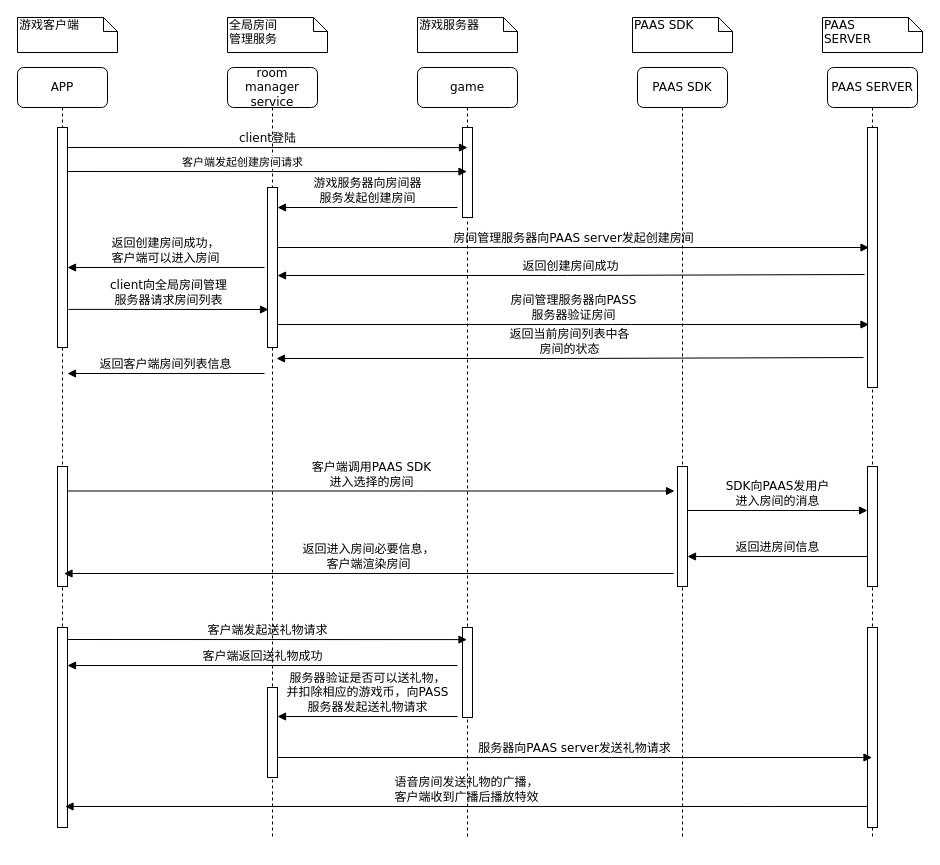
Above: images/Untitled Diagram.drawio in apppur/apppur.github.io (draw.io), before the change. Source tidied: cells renumbered, new cells numbered last; positions are measured from the earlier drawing's top-left corner, leaving out a move shared by most shapes. Both pictures are drawn from the tidied source at 100%, with x=0, y=0 at pixel (17, 17).
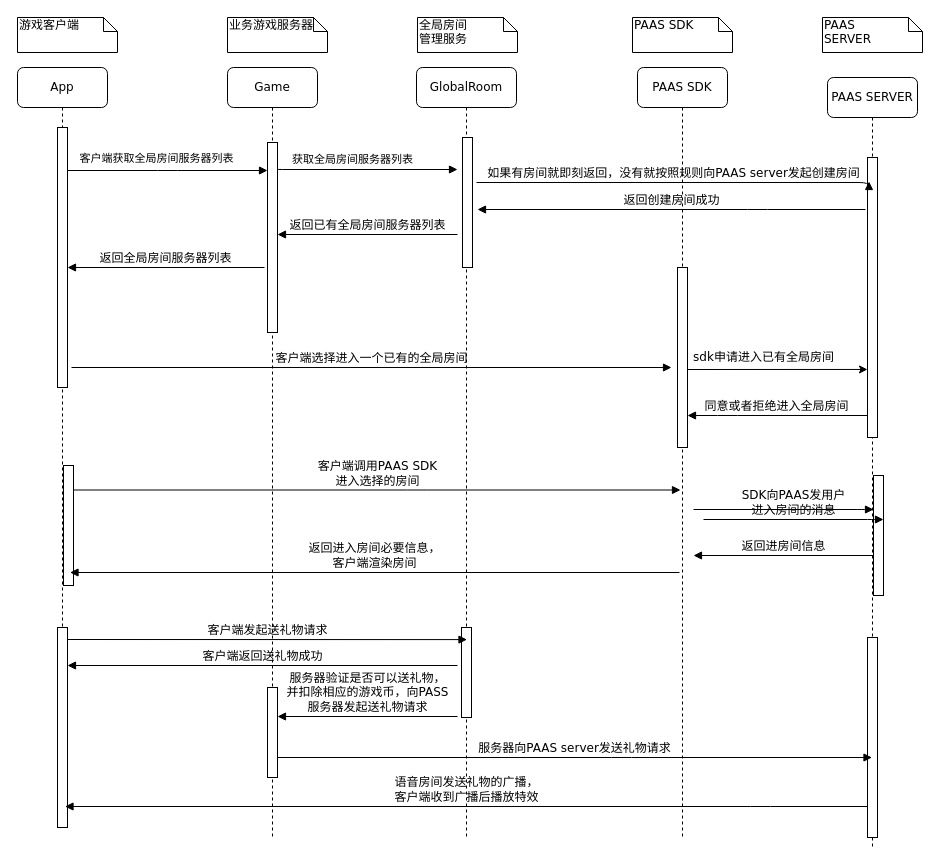
After the change.

The change refers to these unchanged cells:
```xml
<mxCell id="5" value="PAAS SDK" style="shape=umlLifeline;perimeter=lifelinePerimeter;whiteSpace=wrap;html=1;rounded=1;shadow=0;comic=0;labelBackgroundColor=none;strokeWidth=1;fontFamily=Verdana;fontSize=12;align=center;" parent="1" vertex="1">
  <mxGeometry x="620" y="50" width="90" height="770" as="geometry" />
</mxCell>
```

Change to the diagram source:
```diff
@@
-    <mxCell id="2" value="room manager&lt;br&gt;service" style="shape=umlLifeline;perimeter=lifelinePerimeter;whiteSpace=wrap;html=1;rounded=1;shadow=0;comic=0;labelBackgroundColor=none;strokeWidth=1;fontFamily=Verdana;fontSize=12;align=center;" parent="1" vertex="1">
+    <mxCell id="2" value="Game" style="shape=umlLifeline;perimeter=lifelinePerimeter;whiteSpace=wrap;html=1;rounded=1;shadow=0;comic=0;labelBackgroundColor=none;strokeWidth=1;fontFamily=Verdana;fontSize=12;align=center;" parent="1" vertex="1">
       <mxGeometry x="210" y="50" width="90" height="770" as="geometry" />
     </mxCell>
-    <mxCell id="3" style="html=1;perimeter=orthogonalPerimeter;rounded=0;shadow=0;comic=0;labelBackgroundColor=none;strokeWidth=1;fontFamily=Verdana;fontSize=12;align=center;" parent="2" vertex="1">
-      <mxGeometry x="40" y="120" width="10" height="160" as="geometry" />
-    </mxCell>
@@
     <mxCell id="6" style="html=1;perimeter=orthogonalPerimeter;rounded=0;shadow=0;comic=0;labelBackgroundColor=none;strokeWidth=1;fontFamily=Verdana;fontSize=12;align=center;" parent="5" vertex="1">
-      <mxGeometry x="40" y="399" width="10" height="120" as="geometry" />
+      <mxGeometry x="40" y="200" width="10" height="180" as="geometry" />
     </mxCell>
+    <mxCell id="43" style="endArrow=classic;html=1;entryX=0;entryY=0.757;entryDx=0;entryDy=0;entryPerimeter=0;" parent="5" edge="1" target="9">
+      <mxGeometry relative="1" as="geometry">
+        <mxPoint x="50" y="302" as="sourcePoint" />
+      </mxGeometry>
+    </mxCell>
     <mxCell id="7" value="PAAS SERVER" style="shape=umlLifeline;perimeter=lifelinePerimeter;whiteSpace=wrap;html=1;outlineConnect=0;rounded=1;shadow=0;comic=0;labelBackgroundColor=none;strokeWidth=1;fontFamily=Verdana;fontSize=12;align=center;" parent="1" vertex="1">
-      <mxGeometry x="810" y="50" width="90" height="770" as="geometry" />
+      <mxGeometry x="810" y="60" width="90" height="770" as="geometry" />
     </mxCell>
     <mxCell id="8" style="html=1;perimeter=orthogonalPerimeter;rounded=0;shadow=0;comic=0;labelBackgroundColor=none;strokeWidth=1;fontFamily=Verdana;fontSize=12;align=center;" parent="7" vertex="1">
-      <mxGeometry x="40" y="399" width="10" height="120" as="geometry" />
+      <mxGeometry x="46" y="398" width="10" height="120" as="geometry" />
     </mxCell>
     <mxCell id="9" style="html=1;points=[];perimeter=orthogonalPerimeter;rounded=0;shadow=0;comic=0;labelBackgroundColor=none;strokeWidth=1;fontFamily=Verdana;fontSize=12;align=center;" parent="7" vertex="1">
-      <mxGeometry x="40" y="60" width="10" height="260" as="geometry" />
+      <mxGeometry x="40" y="80" width="10" height="280" as="geometry" />
     </mxCell>
@@
-    <mxCell id="11" value="APP" style="shape=umlLifeline;perimeter=lifelinePerimeter;whiteSpace=wrap;html=1;rounded=1;shadow=0;comic=0;labelBackgroundColor=none;strokeWidth=1;fontFamily=Verdana;fontSize=12;align=center;" parent="1" vertex="1">
+    <mxCell id="11" value="App" style="shape=umlLifeline;perimeter=lifelinePerimeter;whiteSpace=wrap;html=1;rounded=1;shadow=0;comic=0;labelBackgroundColor=none;strokeWidth=1;fontFamily=Verdana;fontSize=12;align=center;" parent="1" vertex="1">
       <mxGeometry y="50" width="90" height="760" as="geometry" />
     </mxCell>
     <mxCell id="12" style="html=1;perimeter=orthogonalPerimeter;rounded=0;shadow=0;comic=0;labelBackgroundColor=none;strokeWidth=1;fontFamily=Verdana;fontSize=12;align=center;" parent="11" vertex="1">
-      <mxGeometry x="40" y="60" width="10" height="220" as="geometry" />
+      <mxGeometry x="40" y="60" width="10" height="260" as="geometry" />
     </mxCell>
     <mxCell id="13" style="html=1;perimeter=orthogonalPerimeter;rounded=0;shadow=0;comic=0;labelBackgroundColor=none;strokeWidth=1;fontFamily=Verdana;fontSize=12;align=center;" parent="11" vertex="1">
-      <mxGeometry x="40" y="399" width="10" height="120" as="geometry" />
+      <mxGeometry x="46" y="398" width="10" height="120" as="geometry" />
     </mxCell>
-    <mxCell id="14" value="client向全局房间管理&lt;br&gt;服务器请求房间列表" style="html=1;verticalAlign=bottom;endArrow=block;labelBackgroundColor=none;fontFamily=Verdana;fontSize=12;edgeStyle=elbowEdgeStyle;elbow=vertical;exitX=0.5;exitY=0.068;exitDx=0;exitDy=0;exitPerimeter=0;" parent="1" edge="1">
+    <mxCell id="14" value="客户端选择进入一个已有的全局房间" style="html=1;verticalAlign=bottom;endArrow=block;labelBackgroundColor=none;fontFamily=Verdana;fontSize=12;edgeStyle=elbowEdgeStyle;elbow=vertical;exitX=0.5;exitY=0.068;exitDx=0;exitDy=0;exitPerimeter=0;" parent="1" edge="1">
       <mxGeometry relative="1" as="geometry">
-        <mxPoint x="51" y="291.9" as="sourcePoint" />
-        <mxPoint x="251" y="292" as="targetPoint" />
+        <mxPoint x="54" y="350" as="sourcePoint" />
+        <mxPoint x="654" y="350" as="targetPoint" />
         <Array as="points">
-          <mxPoint x="176" y="292" />
-          <mxPoint x="186" y="322" />
+          <mxPoint x="654" y="350" />
+          <mxPoint x="179" y="350.1" />
+          <mxPoint x="189" y="380.1" />
         </Array>
       </mxGeometry>
     </mxCell>
@@
-    <mxCell id="16" value="全局房间&lt;br&gt;管理服务" style="shape=note;whiteSpace=wrap;html=1;size=14;verticalAlign=top;align=left;spacingTop=-6;rounded=0;shadow=0;comic=0;labelBackgroundColor=none;strokeWidth=1;fontFamily=Verdana;fontSize=12;" parent="1" vertex="1">
+    <mxCell id="16" value="业务游戏服务器" style="shape=note;whiteSpace=wrap;html=1;size=14;verticalAlign=top;align=left;spacingTop=-6;rounded=0;shadow=0;comic=0;labelBackgroundColor=none;strokeWidth=1;fontFamily=Verdana;fontSize=12;" parent="1" vertex="1">
       <mxGeometry x="210" width="100" height="35" as="geometry" />
     </mxCell>
@@
-    <mxCell id="19" value="房间管理服务器向PASS&lt;br&gt;服务器验证房间" style="html=1;verticalAlign=bottom;endArrow=block;labelBackgroundColor=none;fontFamily=Verdana;fontSize=12;edgeStyle=elbowEdgeStyle;elbow=vertical;exitX=0.5;exitY=0.2;exitDx=0;exitDy=0;exitPerimeter=0;" parent="1" edge="1">
-      <mxGeometry relative="1" as="geometry">
-        <mxPoint x="260" y="307" as="sourcePoint" />
-        <mxPoint x="851.5" y="307" as="targetPoint" />
-        <Array as="points">
-          <mxPoint x="604" y="307" />
-        </Array>
-      </mxGeometry>
-    </mxCell>
-    <mxCell id="20" value="返回当前房间列表中各&lt;br&gt;房间的状态" style="html=1;verticalAlign=bottom;endArrow=block;labelBackgroundColor=none;fontFamily=Verdana;fontSize=12;exitX=-0.3;exitY=0.825;exitDx=0;exitDy=0;exitPerimeter=0;" parent="1" edge="1">
-      <mxGeometry relative="1" as="geometry">
-        <mxPoint x="846" y="340" as="sourcePoint" />
-        <mxPoint x="259" y="341" as="targetPoint" />
-        <Array as="points">
-          <mxPoint x="539" y="341" />
-        </Array>
-      </mxGeometry>
-    </mxCell>
-    <mxCell id="21" value="返回客户端房间列表信息" style="html=1;verticalAlign=bottom;endArrow=block;labelBackgroundColor=none;fontFamily=Verdana;fontSize=12;" parent="1" edge="1">
-      <mxGeometry relative="1" as="geometry">
-        <mxPoint x="247" y="356" as="sourcePoint" />
-        <mxPoint x="50" y="356" as="targetPoint" />
-      </mxGeometry>
-    </mxCell>
     <mxCell id="22" value="客户端调用PAAS&amp;nbsp;SDK&lt;br&gt;进入选择的房间" style="html=1;verticalAlign=bottom;endArrow=block;labelBackgroundColor=none;fontFamily=Verdana;fontSize=12;edgeStyle=elbowEdgeStyle;elbow=vertical;exitX=0.5;exitY=0.2;exitDx=0;exitDy=0;exitPerimeter=0;" parent="1" edge="1">
       <mxGeometry relative="1" as="geometry">
-        <mxPoint x="50" y="473.5" as="sourcePoint" />
-        <mxPoint x="657" y="473.5" as="targetPoint" />
+        <mxPoint x="56" y="472.5" as="sourcePoint" />
+        <mxPoint x="663" y="472.5" as="targetPoint" />
         <Array as="points">
-          <mxPoint x="394" y="473.5" />
+          <mxPoint x="400" y="472.5" />
         </Array>
       </mxGeometry>
     </mxCell>
-    <mxCell id="23" value="SDK向PAAS发用户&lt;br&gt;进入房间的消息" style="html=1;verticalAlign=bottom;endArrow=block;labelBackgroundColor=none;fontFamily=Verdana;fontSize=12;edgeStyle=elbowEdgeStyle;elbow=vertical;entryX=0;entryY=0.25;entryDx=0;entryDy=0;entryPerimeter=0;" parent="1" edge="1">
-      <mxGeometry relative="1" as="geometry">
-        <mxPoint x="670" y="493" as="sourcePoint" />
-        <mxPoint x="850" y="493" as="targetPoint" />
+    <mxCell id="23" value="sdk申请进入已有全局房间" style="html=1;verticalAlign=bottom;endArrow=block;labelBackgroundColor=none;fontFamily=Verdana;fontSize=12;edgeStyle=elbowEdgeStyle;elbow=vertical;entryX=0;entryY=0.25;entryDx=0;entryDy=0;entryPerimeter=0;" parent="1" edge="1">
+      <mxGeometry x="-0.22" y="143" relative="1" as="geometry">
+        <mxPoint x="676" y="492" as="sourcePoint" />
+        <mxPoint x="856" y="492" as="targetPoint" />
         <Array as="points">
-          <mxPoint x="844" y="493" />
+          <mxPoint x="850" y="492" />
         </Array>
       </mxGeometry>
     </mxCell>
     <mxCell id="24" value="返回进入房间必要信息，&lt;br&gt;客户端渲染房间" style="html=1;verticalAlign=bottom;endArrow=block;labelBackgroundColor=none;fontFamily=Verdana;fontSize=12;" parent="1" edge="1">
       <mxGeometry relative="1" as="geometry">
-        <mxPoint x="656" y="556" as="sourcePoint" />
-        <mxPoint x="46.5" y="556" as="targetPoint" />
+        <mxPoint x="662" y="555" as="sourcePoint" />
+        <mxPoint x="52.5" y="555" as="targetPoint" />
       </mxGeometry>
     </mxCell>
-    <mxCell id="25" value="game" style="shape=umlLifeline;perimeter=lifelinePerimeter;whiteSpace=wrap;html=1;outlineConnect=0;rounded=1;shadow=0;comic=0;labelBackgroundColor=none;strokeWidth=1;fontFamily=Verdana;fontSize=12;align=center;" parent="1" vertex="1">
-      <mxGeometry x="400" y="50" width="100" height="770" as="geometry" />
+    <mxCell id="25" value="GlobalRoom" style="shape=umlLifeline;perimeter=lifelinePerimeter;whiteSpace=wrap;html=1;outlineConnect=0;rounded=1;shadow=0;comic=0;labelBackgroundColor=none;strokeWidth=1;fontFamily=Verdana;fontSize=12;align=center;" parent="1" vertex="1">
+      <mxGeometry x="399" y="50" width="100" height="770" as="geometry" />
     </mxCell>
@@
     <mxCell id="27" style="html=1;perimeter=orthogonalPerimeter;rounded=0;shadow=0;comic=0;labelBackgroundColor=none;strokeWidth=1;fontFamily=Verdana;fontSize=12;align=center;" parent="25" vertex="1">
-      <mxGeometry x="45" y="60" width="10" height="90" as="geometry" />
+      <mxGeometry x="46" y="70" width="10" height="130" as="geometry" />
     </mxCell>
-    <mxCell id="28" value="游戏服务器" style="shape=note;whiteSpace=wrap;html=1;size=14;verticalAlign=top;align=left;spacingTop=-6;rounded=0;shadow=0;comic=0;labelBackgroundColor=none;strokeWidth=1;fontFamily=Verdana;fontSize=12;" parent="1" vertex="1">
+    <mxCell id="28" value="全局房间&lt;br&gt;管理服务" style="shape=note;whiteSpace=wrap;html=1;size=14;verticalAlign=top;align=left;spacingTop=-6;rounded=0;shadow=0;comic=0;labelBackgroundColor=none;strokeWidth=1;fontFamily=Verdana;fontSize=12;" parent="1" vertex="1">
       <mxGeometry x="400" width="100" height="35" as="geometry" />
     </mxCell>
@@
     <mxCell id="34" value="返回进房间信息" style="html=1;verticalAlign=bottom;endArrow=block;labelBackgroundColor=none;fontFamily=Verdana;fontSize=12;" parent="1" edge="1">
       <mxGeometry relative="1" as="geometry">
-        <mxPoint x="850" y="539" as="sourcePoint" />
-        <mxPoint x="670" y="539" as="targetPoint" />
+        <mxPoint x="856" y="538" as="sourcePoint" />
+        <mxPoint x="676" y="538" as="targetPoint" />
       </mxGeometry>
     </mxCell>
-    <mxCell id="35" value="client登陆" style="html=1;verticalAlign=bottom;endArrow=block;labelBackgroundColor=none;fontFamily=Verdana;fontSize=12;edgeStyle=elbowEdgeStyle;elbow=vertical;exitX=0.5;exitY=0.068;exitDx=0;exitDy=0;exitPerimeter=0;" parent="1" edge="1">
-      <mxGeometry relative="1" as="geometry">
-        <mxPoint x="50" y="130" as="sourcePoint" />
-        <mxPoint x="450" y="130" as="targetPoint" />
-        <Array as="points">
-          <mxPoint x="175" y="130.1" />
-          <mxPoint x="185" y="160.1" />
-        </Array>
-      </mxGeometry>
-    </mxCell>
-    <mxCell id="36" style="html=1;verticalAlign=bottom;endArrow=block;labelBackgroundColor=none;fontFamily=Verdana;fontSize=12;edgeStyle=elbowEdgeStyle;elbow=vertical;exitX=0.5;exitY=0.068;exitDx=0;exitDy=0;exitPerimeter=0;" parent="1" edge="1" target="25">
+    <mxCell id="36" style="html=1;verticalAlign=bottom;endArrow=block;labelBackgroundColor=none;fontFamily=Verdana;fontSize=12;edgeStyle=elbowEdgeStyle;elbow=vertical;exitX=0.5;exitY=0.068;exitDx=0;exitDy=0;exitPerimeter=0;" parent="1" edge="1">
       <mxGeometry relative="1" as="geometry">
-        <mxPoint x="50" y="154" as="sourcePoint" />
+        <mxPoint x="255" y="149.9" as="sourcePoint" />
+        <mxPoint x="440" y="152" as="targetPoint" />
         <Array as="points">
-          <mxPoint x="175" y="154.1" />
-          <mxPoint x="185" y="184.1" />
+          <mxPoint x="430" y="152" />
+          <mxPoint x="430" y="152" />
+          <mxPoint x="430" y="152" />
+          <mxPoint x="430" y="152" />
+          <mxPoint x="250" y="192" />
+          <mxPoint x="175" y="166.1" />
+          <mxPoint x="185" y="196.1" />
         </Array>
       </mxGeometry>
     </mxCell>
-    <mxCell id="37" value="客户端发起创建房间请求" style="edgeLabel;html=1;align=center;verticalAlign=middle;" parent="36" vertex="1">
+    <mxCell id="37" value="获取全局房间服务器列表" style="edgeLabel;html=1;align=center;verticalAlign=middle;" parent="36" vertex="1">
       <mxGeometry x="-0.13" y="1" relative="1" as="geometry">
         <mxPoint x="1" y="-9.1" as="offset" />
       </mxGeometry>
     </mxCell>
-    <mxCell id="38" value="房间管理服务器向PAAS server发起创建房间" style="html=1;verticalAlign=bottom;endArrow=block;labelBackgroundColor=none;fontFamily=Verdana;fontSize=12;edgeStyle=elbowEdgeStyle;elbow=vertical;exitX=0.5;exitY=0.2;exitDx=0;exitDy=0;exitPerimeter=0;" parent="1" edge="1">
+    <mxCell id="38" value="如果有房间就即刻返回，没有就按照规则向PAAS server发起创建房间" style="html=1;verticalAlign=bottom;endArrow=block;labelBackgroundColor=none;fontFamily=Verdana;fontSize=12;edgeStyle=elbowEdgeStyle;elbow=vertical;exitX=1.1;exitY=0.846;exitDx=0;exitDy=0;exitPerimeter=0;" parent="1" edge="1">
       <mxGeometry relative="1" as="geometry">
-        <mxPoint x="260" y="230" as="sourcePoint" />
-        <mxPoint x="851.5" y="230" as="targetPoint" />
-        <Array as="points">
-          <mxPoint x="604" y="230" />
-        </Array>
+        <mxPoint x="459" y="165" as="sourcePoint" />
+        <mxPoint x="851.5" y="164" as="targetPoint" />
       </mxGeometry>
     </mxCell>
-    <mxCell id="39" value="返回创建房间成功" style="html=1;verticalAlign=bottom;endArrow=block;labelBackgroundColor=none;fontFamily=Verdana;fontSize=12;exitX=-0.3;exitY=0.825;exitDx=0;exitDy=0;exitPerimeter=0;" parent="1" edge="1">
+    <mxCell id="39" value="返回创建房间成功" style="html=1;verticalAlign=bottom;endArrow=block;labelBackgroundColor=none;fontFamily=Verdana;fontSize=12;" parent="1" edge="1">
       <mxGeometry relative="1" as="geometry">
-        <mxPoint x="847" y="257" as="sourcePoint" />
-        <mxPoint x="260" y="258" as="targetPoint" />
+        <mxPoint x="848" y="192" as="sourcePoint" />
+        <mxPoint x="460" y="192" as="targetPoint" />
         <Array as="points">
-          <mxPoint x="540" y="258" />
+          <mxPoint x="740" y="192" />
         </Array>
       </mxGeometry>
     </mxCell>
-    <mxCell id="40" value="返回创建房间成功，&lt;br&gt;客户端可以进入房间" style="html=1;verticalAlign=bottom;endArrow=block;labelBackgroundColor=none;fontFamily=Verdana;fontSize=12;exitX=0.2;exitY=0.585;exitDx=0;exitDy=0;exitPerimeter=0;" parent="1" edge="1">
+    <mxCell id="40" value="返回全局房间服务器列表" style="html=1;verticalAlign=bottom;endArrow=block;labelBackgroundColor=none;fontFamily=Verdana;fontSize=12;exitX=0.2;exitY=0.585;exitDx=0;exitDy=0;exitPerimeter=0;" parent="1" edge="1">
       <mxGeometry relative="1" as="geometry">
         <mxPoint x="247" y="250" as="sourcePoint" />
         <mxPoint x="50" y="250" as="targetPoint" />
       </mxGeometry>
     </mxCell>
@@
-    <mxCell id="42" value="游戏服务器向房间器&lt;br&gt;服务发起创建房间" style="html=1;verticalAlign=bottom;endArrow=block;labelBackgroundColor=none;fontFamily=Verdana;fontSize=12;" parent="1" edge="1">
+    <mxCell id="42" value="返回已有全局房间服务器列表" style="html=1;verticalAlign=bottom;endArrow=block;labelBackgroundColor=none;fontFamily=Verdana;fontSize=12;" parent="1" edge="1">
       <mxGeometry relative="1" as="geometry">
-        <mxPoint x="440" y="190" as="sourcePoint" />
-        <mxPoint x="260" y="190" as="targetPoint" />
+        <mxPoint x="440" y="217" as="sourcePoint" />
+        <mxPoint x="260" y="217" as="targetPoint" />
       </mxGeometry>
     </mxCell>
+    <mxCell id="3" style="html=1;perimeter=orthogonalPerimeter;rounded=0;shadow=0;comic=0;labelBackgroundColor=none;strokeWidth=1;fontFamily=Verdana;fontSize=12;align=center;" parent="1" vertex="1">
+      <mxGeometry x="250" y="125" width="10" height="190" as="geometry" />
+    </mxCell>
+    <mxCell id="44" style="html=1;verticalAlign=bottom;endArrow=block;labelBackgroundColor=none;fontFamily=Verdana;fontSize=12;edgeStyle=elbowEdgeStyle;elbow=vertical;exitX=0.5;exitY=0.068;exitDx=0;exitDy=0;exitPerimeter=0;" parent="1" edge="1">
+      <mxGeometry relative="1" as="geometry">
+        <mxPoint x="50" y="153" as="sourcePoint" />
+        <mxPoint x="250" y="153" as="targetPoint" />
+      </mxGeometry>
+    </mxCell>
+    <mxCell id="45" value="客户端获取全局房间服务器列表" style="edgeLabel;html=1;align=center;verticalAlign=middle;" parent="44" vertex="1">
+      <mxGeometry x="-0.13" y="1" relative="1" as="geometry">
+        <mxPoint x="1" y="-11.1" as="offset" />
+      </mxGeometry>
+    </mxCell>
+    <mxCell id="46" value="SDK向PAAS发用户&lt;br&gt;进入房间的消息" style="html=1;verticalAlign=bottom;endArrow=block;labelBackgroundColor=none;fontFamily=Verdana;fontSize=12;edgeStyle=elbowEdgeStyle;elbow=vertical;entryX=0;entryY=0.25;entryDx=0;entryDy=0;entryPerimeter=0;" parent="1" edge="1">
+      <mxGeometry relative="1" as="geometry">
+        <mxPoint x="686" y="502" as="sourcePoint" />
+        <mxPoint x="866" y="502" as="targetPoint" />
+        <Array as="points">
+          <mxPoint x="860" y="502" />
+        </Array>
+      </mxGeometry>
+    </mxCell>
+    <mxCell id="47" value="同意或者拒绝进入全局房间" style="html=1;verticalAlign=bottom;endArrow=block;labelBackgroundColor=none;fontFamily=Verdana;fontSize=12;edgeStyle=elbowEdgeStyle;elbow=vertical;" parent="1" edge="1">
+      <mxGeometry x="0.02" relative="1" as="geometry">
+        <mxPoint x="850" y="398" as="sourcePoint" />
+        <mxPoint x="670" y="398" as="targetPoint" />
+        <Array as="points">
+          <mxPoint x="710" y="398" />
+          <mxPoint x="690" y="388" />
+          <mxPoint x="680" y="378" />
+          <mxPoint x="690" y="388" />
+          <mxPoint x="680" y="388" />
+          <mxPoint x="730" y="388" />
+          <mxPoint x="710" y="368" />
+          <mxPoint x="844" y="398" />
+        </Array>
+        <mxPoint x="1" as="offset" />
+      </mxGeometry>
+    </mxCell>
```
